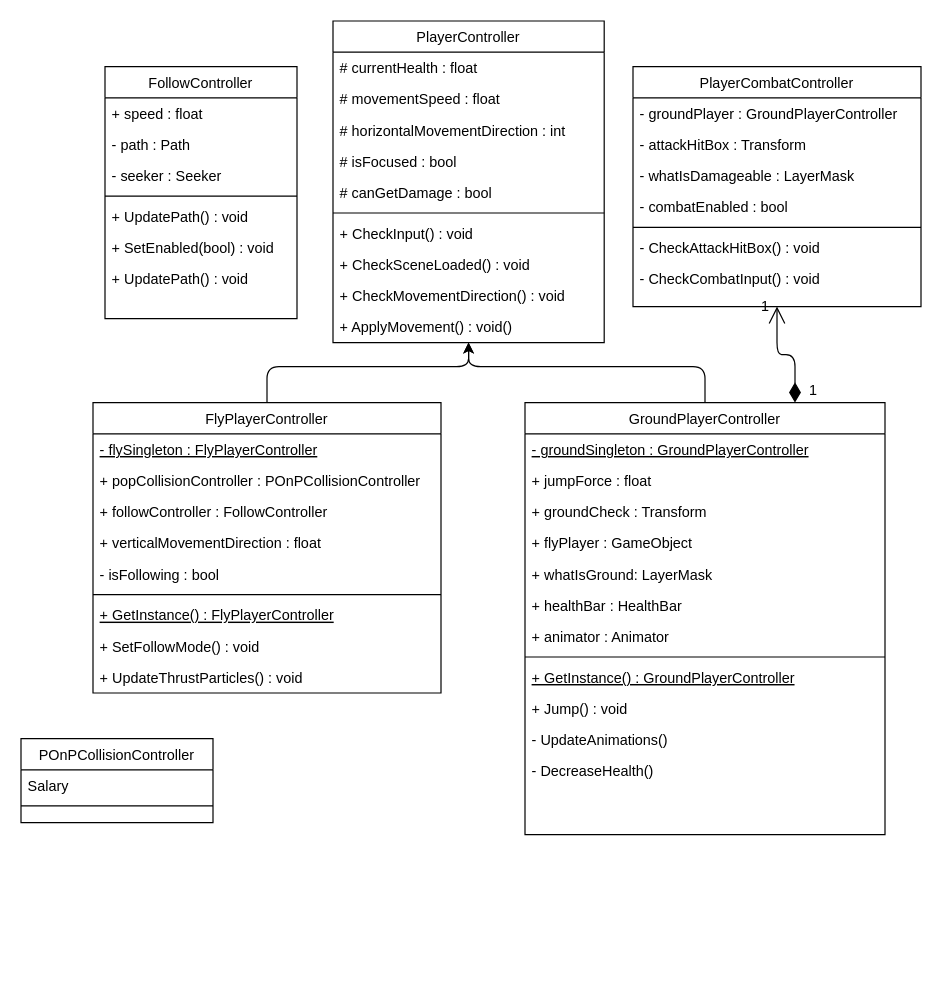
This is PlayerControllers.drawio from MoisanuStefan/Where-s-Perry, a draw.io file, before an edit. Source tidied: cells renumbered, new cells numbered last; positions are measured from the earlier drawing's top-left corner, leaving out a move shared by most shapes. Both pictures are drawn from the tidied source at 120%, with x=0, y=0 at pixel (20, 20).
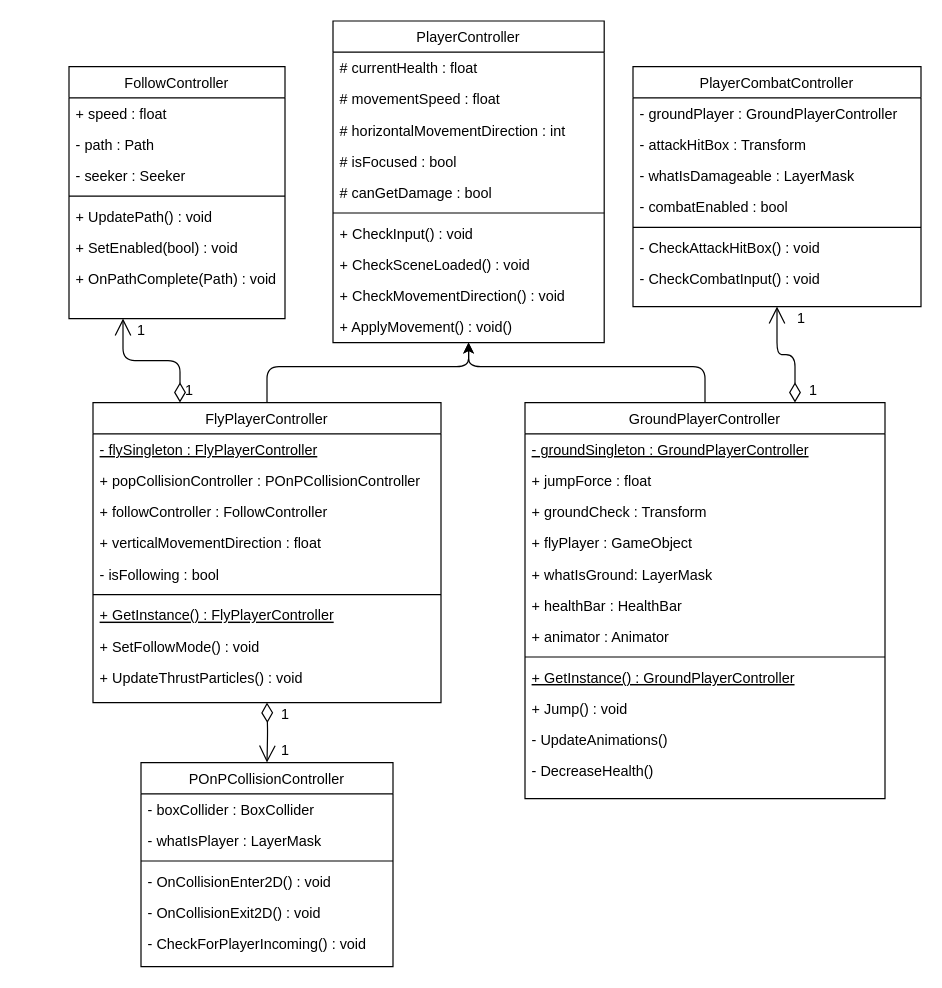
After the change.

The change refers to these unchanged cells:
```xml
<mxCell id="38" value="PlayerCombatController" style="swimlane;fontStyle=0;align=center;verticalAlign=top;horizontal=1;startSize=26;rounded=0;shadow=0;strokeWidth=1;" parent="1" vertex="1">
  <mxGeometry x="510" y="38" width="240" height="200" as="geometry" />
</mxCell>
```

Diff of the diagram source:
```diff
@@
     <mxCell id="13" value="FlyPlayerController" style="swimlane;fontStyle=0;align=center;verticalAlign=top;horizontal=1;startSize=26;rounded=0;shadow=0;strokeWidth=1;" parent="1" vertex="1">
-      <mxGeometry x="60" y="318" width="290" height="242" as="geometry" />
+      <mxGeometry x="60" y="318" width="290" height="250" as="geometry" />
     </mxCell>
@@
     <mxCell id="23" value="GroundPlayerController" style="swimlane;fontStyle=0;align=center;verticalAlign=top;horizontal=1;startSize=26;rounded=0;shadow=0;strokeWidth=1;" parent="1" vertex="1">
-      <mxGeometry x="420" y="318" width="300" height="360" as="geometry" />
+      <mxGeometry x="420" y="318" width="300" height="330" as="geometry" />
     </mxCell>
@@
     <mxCell id="46" value="FollowController" style="swimlane;fontStyle=0;align=center;verticalAlign=top;horizontal=1;startSize=26;rounded=0;shadow=0;strokeWidth=1;" parent="1" vertex="1">
-      <mxGeometry x="70" y="38" width="160" height="210" as="geometry" />
+      <mxGeometry x="40" y="38" width="180" height="210" as="geometry" />
     </mxCell>
     <mxCell id="47" value="+ speed : float&#10;" style="text;align=left;verticalAlign=top;spacingLeft=4;spacingRight=4;overflow=hidden;" parent="46" vertex="1">
-      <mxGeometry y="26" width="160" height="26" as="geometry" />
+      <mxGeometry y="26" width="180" height="26" as="geometry" />
     </mxCell>
     <mxCell id="48" value="- path : Path&#10;" style="text;align=left;verticalAlign=top;spacingLeft=4;spacingRight=4;overflow=hidden;" parent="46" vertex="1">
-      <mxGeometry y="52" width="160" height="26" as="geometry" />
+      <mxGeometry y="52" width="180" height="26" as="geometry" />
     </mxCell>
     <mxCell id="49" value="- seeker : Seeker" style="text;align=left;verticalAlign=top;spacingLeft=4;spacingRight=4;overflow=hidden;" parent="46" vertex="1">
-      <mxGeometry y="78" width="160" height="26" as="geometry" />
+      <mxGeometry y="78" width="180" height="26" as="geometry" />
     </mxCell>
     <mxCell id="50" style="line;html=1;strokeWidth=1;align=left;verticalAlign=middle;spacingTop=-1;spacingLeft=3;spacingRight=3;labelPosition=right;" parent="46" vertex="1">
-      <mxGeometry y="104" width="160" height="8" as="geometry" />
+      <mxGeometry y="104" width="180" height="8" as="geometry" />
     </mxCell>
     <mxCell id="51" value="+ UpdatePath() : void" style="text;align=left;verticalAlign=top;spacingLeft=4;spacingRight=4;overflow=hidden;" parent="46" vertex="1">
-      <mxGeometry y="112" width="160" height="26" as="geometry" />
+      <mxGeometry y="112" width="180" height="26" as="geometry" />
     </mxCell>
     <mxCell id="52" value="+ SetEnabled(bool) : void" style="text;align=left;verticalAlign=top;spacingLeft=4;spacingRight=4;overflow=hidden;" parent="46" vertex="1">
-      <mxGeometry y="138" width="160" height="26" as="geometry" />
+      <mxGeometry y="138" width="180" height="26" as="geometry" />
     </mxCell>
-    <mxCell id="53" value="+ UpdatePath() : void" style="text;align=left;verticalAlign=top;spacingLeft=4;spacingRight=4;overflow=hidden;" parent="46" vertex="1">
-      <mxGeometry y="164" width="160" height="26" as="geometry" />
+    <mxCell id="53" value="+ OnPathComplete(Path) : void " style="text;align=left;verticalAlign=top;spacingLeft=4;spacingRight=4;overflow=hidden;" parent="46" vertex="1">
+      <mxGeometry y="164" width="180" height="26" as="geometry" />
     </mxCell>
     <mxCell id="54" value="POnPCollisionController" style="swimlane;fontStyle=0;align=center;verticalAlign=top;horizontal=1;startSize=26;rounded=0;shadow=0;strokeWidth=1;" parent="1" vertex="1">
-      <mxGeometry y="598" width="160" height="70" as="geometry" />
+      <mxGeometry x="100" y="618" width="210" height="170" as="geometry" />
     </mxCell>
-    <mxCell id="55" value="Salary" style="text;align=left;verticalAlign=top;spacingLeft=4;spacingRight=4;overflow=hidden;" parent="54" vertex="1">
-      <mxGeometry y="26" width="160" height="26" as="geometry" />
+    <mxCell id="55" value="- boxCollider : BoxCollider" style="text;align=left;verticalAlign=top;spacingLeft=4;spacingRight=4;overflow=hidden;" parent="54" vertex="1">
+      <mxGeometry y="26" width="210" height="26" as="geometry" />
     </mxCell>
+    <mxCell id="60" value="- whatIsPlayer : LayerMask" style="text;align=left;verticalAlign=top;spacingLeft=4;spacingRight=4;overflow=hidden;" parent="54" vertex="1">
+      <mxGeometry y="52" width="210" height="26" as="geometry" />
+    </mxCell>
     <mxCell id="56" style="line;html=1;strokeWidth=1;align=left;verticalAlign=middle;spacingTop=-1;spacingLeft=3;spacingRight=3;labelPosition=right;" parent="54" vertex="1">
-      <mxGeometry y="52" width="160" height="8" as="geometry" />
+      <mxGeometry y="78" width="210" height="8" as="geometry" />
     </mxCell>
-    <mxCell id="57" style="endArrow=open;html=1;endSize=12;startArrow=diamondThin;startSize=14;startFill=1;edgeStyle=orthogonalEdgeStyle;align=left;verticalAlign=bottom;exitX=0.75;exitY=0;exitDx=0;exitDy=0;entryX=0.5;entryY=1;entryDx=0;entryDy=0;" parent="1" edge="1" source="23" target="38">
-      <mxGeometry x="-1" y="3" relative="1" as="geometry" />
-    </mxCell>
+    <mxCell id="61" value="- OnCollisionEnter2D() : void" style="text;align=left;verticalAlign=top;spacingLeft=4;spacingRight=4;overflow=hidden;" parent="54" vertex="1">
+      <mxGeometry y="86" width="210" height="26" as="geometry" />
+    </mxCell>
+    <mxCell id="62" value="- OnCollisionExit2D() : void" style="text;align=left;verticalAlign=top;spacingLeft=4;spacingRight=4;overflow=hidden;" parent="54" vertex="1">
+      <mxGeometry y="112" width="210" height="26" as="geometry" />
+    </mxCell>
+    <mxCell id="63" value="- CheckForPlayerIncoming() : void" style="text;align=left;verticalAlign=top;spacingLeft=4;spacingRight=4;overflow=hidden;" parent="54" vertex="1">
+      <mxGeometry y="138" width="210" height="26" as="geometry" />
+    </mxCell>
     <mxCell id="58" value="1" style="text;html=1;align=center;verticalAlign=middle;strokeColor=none;" parent="1" vertex="1">
-      <mxGeometry x="610" y="228" width="20" height="20" as="geometry" />
+      <mxGeometry x="640" y="238" width="20" height="20" as="geometry" />
     </mxCell>
@@
+    <mxCell id="64" value="1" style="text;html=1;align=center;verticalAlign=middle;strokeColor=none;" parent="1" vertex="1">
+      <mxGeometry x="130" y="298" width="20" height="20" as="geometry" />
+    </mxCell>
+    <mxCell id="65" value="1" style="text;html=1;align=center;verticalAlign=middle;strokeColor=none;" parent="1" vertex="1">
+      <mxGeometry x="90" y="248" width="20" height="20" as="geometry" />
+    </mxCell>
+    <mxCell id="66" value="1" style="text;html=1;align=center;verticalAlign=middle;strokeColor=none;" parent="1" vertex="1">
+      <mxGeometry x="210" y="568" width="20" height="20" as="geometry" />
+    </mxCell>
+    <mxCell id="57" style="endArrow=open;html=1;endSize=12;startArrow=diamondThin;startSize=14;startFill=0;edgeStyle=orthogonalEdgeStyle;align=left;verticalAlign=bottom;exitX=0.75;exitY=0;exitDx=0;exitDy=0;entryX=0.5;entryY=1;entryDx=0;entryDy=0;" parent="1" edge="1" source="23" target="38">
+      <mxGeometry x="-1" y="3" relative="1" as="geometry" />
+    </mxCell>
+    <mxCell id="67" style="endArrow=open;html=1;endSize=12;startArrow=diamondThin;startSize=14;startFill=0;edgeStyle=orthogonalEdgeStyle;align=left;verticalAlign=bottom;exitX=0.25;exitY=0;exitDx=0;exitDy=0;entryX=0.25;entryY=1;entryDx=0;entryDy=0;" parent="1" edge="1" source="13" target="46">
+      <mxGeometry x="-1" y="3" relative="1" as="geometry" />
+    </mxCell>
+    <mxCell id="68" style="endArrow=open;html=1;endSize=12;startArrow=diamondThin;startSize=14;startFill=0;edgeStyle=orthogonalEdgeStyle;align=left;verticalAlign=bottom;entryX=0.5;entryY=0;entryDx=0;entryDy=0;" parent="1" edge="1" target="54">
+      <mxGeometry x="-1" y="3" relative="1" as="geometry">
+        <mxPoint x="205" y="568" as="sourcePoint" />
+      </mxGeometry>
+    </mxCell>
+    <mxCell id="69" value="1" style="text;html=1;align=center;verticalAlign=middle;strokeColor=none;" parent="1" vertex="1">
+      <mxGeometry x="210" y="598" width="20" height="20" as="geometry" />
+    </mxCell>
```
